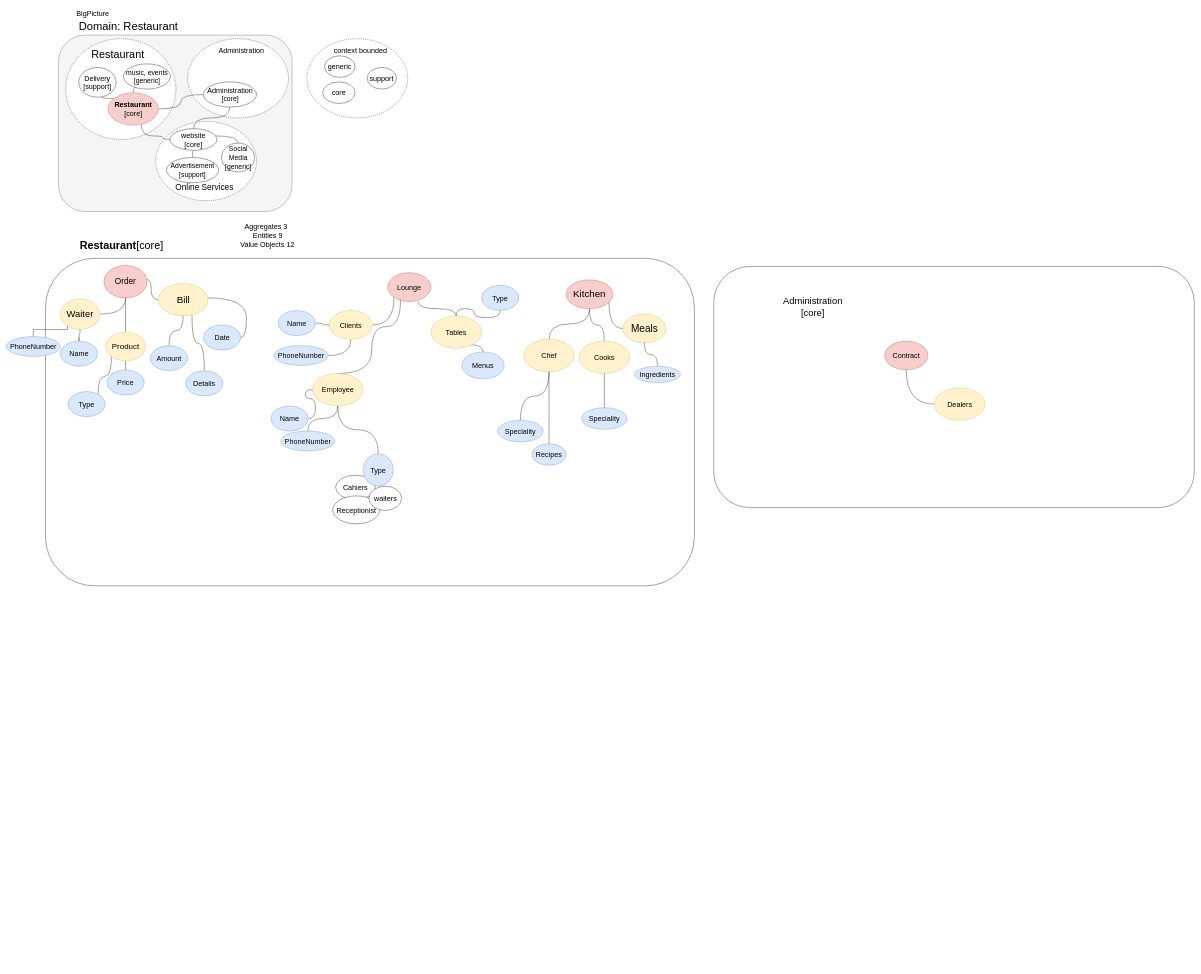
Above: page "Análisis" (1 of 3) of DDD Models/reto_burgerRestaurant.drawio in fabrikolof/reto_burgerRestaurant (draw.io), before the change. Source tidied: cells renumbered, new cells numbered last; positions are measured from the earlier drawing's top-left corner, leaving out a move shared by most shapes. Both pictures are drawn from the tidied source at 36%, with x=0, y=0 at pixel (6, -374).
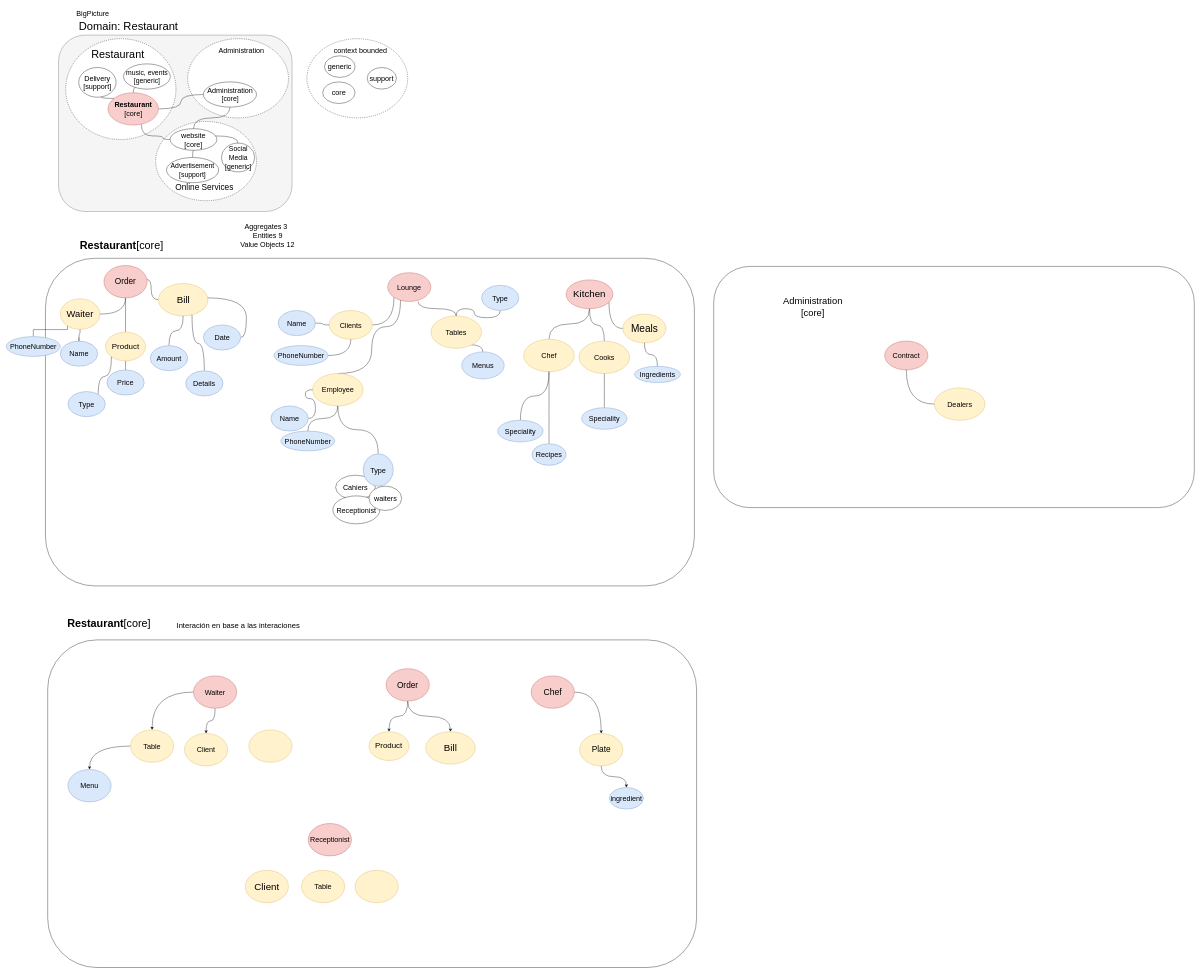
After the change.

Diff of the diagram source:
```diff
@@
+    <mxCell id="105" style="rounded=1;whiteSpace=wrap;html=1;fontSize=20;" parent="1" vertex="1">
+      <mxGeometry x="115" y="2815" width="1802.5" height="910" as="geometry" />
+    </mxCell>
+    <mxCell id="106" style="edgeStyle=orthogonalEdgeStyle;curved=1;jettySize=auto;html=1;fontSize=20;" parent="1" edge="1" source="108" target="119">
+      <mxGeometry relative="1" as="geometry" />
+    </mxCell>
+    <mxCell id="107" style="edgeStyle=orthogonalEdgeStyle;curved=1;jettySize=auto;html=1;entryX=0.5;entryY=0;entryDx=0;entryDy=0;fontSize=20;" parent="1" edge="1" source="108" target="117">
+      <mxGeometry relative="1" as="geometry" />
+    </mxCell>
+    <mxCell id="108" value="&lt;font style=&quot;font-size: 20px;&quot;&gt;Waiter&lt;/font&gt;" style="ellipse;whiteSpace=wrap;html=1;fillColor=#f8cecc;strokeColor=#b85450;" parent="1" vertex="1">
+      <mxGeometry x="520" y="2915" width="120" height="90" as="geometry" />
+    </mxCell>
+    <mxCell id="109" style="edgeStyle=orthogonalEdgeStyle;curved=1;jettySize=auto;html=1;fontSize=21;" parent="1" edge="1" source="110" target="115">
+      <mxGeometry relative="1" as="geometry" />
+    </mxCell>
+    <mxCell id="110" value="&lt;font style=&quot;font-size: 24px;&quot;&gt;Chef&lt;/font&gt;" style="ellipse;whiteSpace=wrap;html=1;fillColor=#f8cecc;strokeColor=#b85450;" parent="1" vertex="1">
+      <mxGeometry x="1457.9" y="2915" width="120" height="90" as="geometry" />
+    </mxCell>
+    <mxCell id="111" style="edgeStyle=orthogonalEdgeStyle;curved=1;jettySize=auto;html=1;fontSize=23;" parent="1" edge="1" source="113" target="123">
+      <mxGeometry relative="1" as="geometry" />
+    </mxCell>
+    <mxCell id="112" style="edgeStyle=orthogonalEdgeStyle;curved=1;jettySize=auto;html=1;fontSize=20;" parent="1" edge="1" source="113" target="125">
+      <mxGeometry relative="1" as="geometry" />
+    </mxCell>
+    <mxCell id="113" value="&lt;font style=&quot;font-size: 23px;&quot;&gt;Order&lt;/font&gt;" style="ellipse;whiteSpace=wrap;html=1;fillColor=#f8cecc;strokeColor=#b85450;" parent="1" vertex="1">
+      <mxGeometry x="1055" y="2895" width="120" height="90" as="geometry" />
+    </mxCell>
+    <mxCell id="114" style="edgeStyle=orthogonalEdgeStyle;curved=1;jettySize=auto;html=1;fontSize=21;" parent="1" edge="1" source="115" target="116">
+      <mxGeometry relative="1" as="geometry" />
+    </mxCell>
+    <mxCell id="115" value="&lt;font style=&quot;font-size: 23px;&quot;&gt;Plate&lt;/font&gt;" style="ellipse;whiteSpace=wrap;html=1;fillColor=#fff2cc;strokeColor=#d6b656;" parent="1" vertex="1">
+      <mxGeometry x="1592.5" y="3075" width="120" height="90" as="geometry" />
+    </mxCell>
+    <mxCell id="116" value="ingredient" style="ellipse;whiteSpace=wrap;html=1;fontSize=20;fillColor=#dae8fc;strokeColor=#6c8ebf;" parent="1" vertex="1">
+      <mxGeometry x="1675" y="3225" width="95" height="60" as="geometry" />
+    </mxCell>
+    <mxCell id="117" value="&lt;font style=&quot;font-size: 20px;&quot;&gt;Client&lt;/font&gt;" style="ellipse;whiteSpace=wrap;html=1;fillColor=#fff2cc;strokeColor=#d6b656;" parent="1" vertex="1">
+      <mxGeometry x="495" y="3075" width="120" height="90" as="geometry" />
+    </mxCell>
+    <mxCell id="118" style="edgeStyle=orthogonalEdgeStyle;curved=1;jettySize=auto;html=1;fontSize=20;" parent="1" edge="1" source="119" target="124">
+      <mxGeometry relative="1" as="geometry" />
+    </mxCell>
+    <mxCell id="119" value="&lt;font style=&quot;font-size: 20px;&quot;&gt;Table&lt;/font&gt;" style="ellipse;whiteSpace=wrap;html=1;fillColor=#fff2cc;strokeColor=#d6b656;" parent="1" vertex="1">
+      <mxGeometry x="345" y="3065" width="120" height="90" as="geometry" />
+    </mxCell>
+    <mxCell id="120" style="ellipse;whiteSpace=wrap;html=1;fillColor=#fff2cc;strokeColor=#d6b656;" parent="1" vertex="1">
+      <mxGeometry x="673.8" y="3065" width="120" height="90" as="geometry" />
+    </mxCell>
+    <mxCell id="121" value="&lt;font style=&quot;font-size: 30px;&quot;&gt;&lt;b&gt;&lt;font style=&quot;font-size: 30px;&quot;&gt;Restaurant&lt;/font&gt;&lt;/b&gt;[core]&lt;/font&gt;" style="text;html=1;align=center;verticalAlign=middle;strokeColor=none;fillColor=none;fontSize=23;" parent="1" vertex="1">
+      <mxGeometry x="155" y="2745" width="260" height="50" as="geometry" />
+    </mxCell>
+    <mxCell id="122" value="Interación en base a las interaciones" style="text;html=1;align=center;verticalAlign=middle;strokeColor=none;fillColor=none;fontSize=21;" parent="1" vertex="1">
+      <mxGeometry x="458.8" y="2755" width="370" height="40" as="geometry" />
+    </mxCell>
+    <mxCell id="123" value="&lt;font style=&quot;font-size: 27px;&quot;&gt;B&lt;/font&gt;&lt;font style=&quot;font-size: 27px;&quot;&gt;&lt;span dir=&quot;ltr&quot; tabindex=&quot;0&quot; role=&quot;button&quot; class=&quot;kgnlhe&quot;&gt;&lt;font style=&quot;font-size: 27px;&quot;&gt;i&lt;/font&gt;ll&lt;/span&gt;&lt;/font&gt;" style="ellipse;whiteSpace=wrap;html=1;fillColor=#fff2cc;strokeColor=#d6b656;" parent="1" vertex="1">
+      <mxGeometry x="1165" y="3070" width="137.5" height="90" as="geometry" />
+    </mxCell>
+    <mxCell id="124" value="&lt;font style=&quot;font-size: 20px;&quot;&gt;Menu&lt;/font&gt;" style="ellipse;whiteSpace=wrap;html=1;fillColor=#dae8fc;strokeColor=#6c8ebf;" parent="1" vertex="1">
+      <mxGeometry x="171.2" y="3175" width="120" height="90" as="geometry" />
+    </mxCell>
+    <mxCell id="125" value="&lt;font style=&quot;font-size: 22px;&quot;&gt;Product&lt;/font&gt;" style="ellipse;whiteSpace=wrap;html=1;fillColor=#fff2cc;strokeColor=#d6b656;" parent="1" vertex="1">
+      <mxGeometry x="1007.5" y="3070" width="111.2" height="80" as="geometry" />
+    </mxCell>
+    <mxCell id="126" value="&lt;font style=&quot;font-size: 20px;&quot;&gt;Receptionist&lt;/font&gt;" style="ellipse;whiteSpace=wrap;html=1;fillColor=#f8cecc;strokeColor=#b85450;" parent="1" vertex="1">
+      <mxGeometry x="838.8" y="3325" width="120" height="90" as="geometry" />
+    </mxCell>
+    <mxCell id="127" value="&lt;font style=&quot;font-size: 27px;&quot;&gt;Client&lt;/font&gt;" style="ellipse;whiteSpace=wrap;html=1;fillColor=#fff2cc;strokeColor=#d6b656;" parent="1" vertex="1">
+      <mxGeometry x="663.8" y="3455" width="120" height="90" as="geometry" />
+    </mxCell>
+    <mxCell id="128" value="&lt;font style=&quot;font-size: 20px;&quot;&gt;Table&lt;/font&gt;" style="ellipse;whiteSpace=wrap;html=1;fillColor=#fff2cc;strokeColor=#d6b656;" parent="1" vertex="1">
+      <mxGeometry x="820" y="3455" width="120" height="90" as="geometry" />
+    </mxCell>
+    <mxCell id="129" style="ellipse;whiteSpace=wrap;html=1;fillColor=#fff2cc;strokeColor=#d6b656;" parent="1" vertex="1">
+      <mxGeometry x="968.8" y="3455" width="120" height="90" as="geometry" />
+    </mxCell>
```
